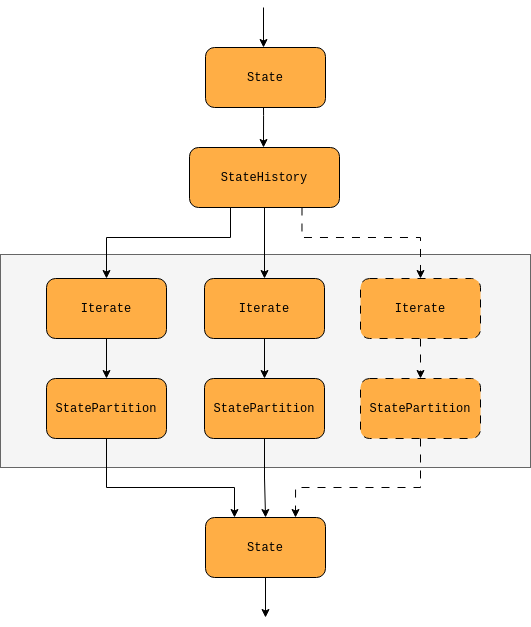
This is images/stochadex-loop.drawio.png from umbralcalc/worlds-of-observation, a draw.io export, as it was before one commit. Source tidied: cells renumbered, new cells last; positions are measured from the earlier drawing's top-left corner, leaving out a move shared by most shapes. Its diagram source:
```xml
<mxGraphModel math="1">
  <root>
    <mxCell id="0" />
    <mxCell id="1" parent="0" />
    <mxCell id="2" style="rounded=0;whiteSpace=wrap;html=1;fillColor=#f5f5f5;fontColor=#333333;strokeColor=#666666;" parent="1" vertex="1">
      <mxGeometry y="247" width="530" height="213" as="geometry" />
    </mxCell>
    <mxCell id="3" value="&lt;font style=&quot;&quot; face=&quot;Courier New&quot;&gt;StatePartition&lt;/font&gt;" style="rounded=1;whiteSpace=wrap;html=1;fillColor=#FFAE45;" parent="1" vertex="1">
      <mxGeometry x="46" y="371" width="120" height="60" as="geometry" />
    </mxCell>
    <mxCell id="4" style="edgeStyle=orthogonalEdgeStyle;rounded=0;jettySize=auto;html=1;" parent="1" edge="1" source="5" target="3">
      <mxGeometry relative="1" as="geometry" />
    </mxCell>
    <mxCell id="5" value="&lt;font face=&quot;Courier New&quot;&gt;Iterate&lt;/font&gt;" style="rounded=1;whiteSpace=wrap;html=1;fillColor=#FFAE45;" parent="1" vertex="1">
      <mxGeometry x="46" y="271" width="120" height="60" as="geometry" />
    </mxCell>
    <mxCell id="6" style="edgeStyle=orthogonalEdgeStyle;rounded=0;jettySize=auto;html=1;entryX=0.5;entryY=0;entryDx=0;entryDy=0;exitX=0.5;exitY=1;exitDx=0;exitDy=0;" parent="1" edge="1" source="8" target="5">
      <mxGeometry relative="1" as="geometry">
        <Array as="points">
          <mxPoint x="230" y="200" />
          <mxPoint x="230" y="230" />
          <mxPoint x="106" y="230" />
        </Array>
      </mxGeometry>
    </mxCell>
    <mxCell id="7" style="edgeStyle=orthogonalEdgeStyle;rounded=0;jettySize=auto;html=1;fontFamily=Courier New;" parent="1" edge="1" source="8" target="13">
      <mxGeometry relative="1" as="geometry" />
    </mxCell>
    <mxCell id="8" value="&lt;font style=&quot;&quot; face=&quot;Courier New&quot;&gt;StateHistory&lt;/font&gt;" style="rounded=1;whiteSpace=wrap;html=1;fillColor=#FFAE45;" parent="1" vertex="1">
      <mxGeometry x="189" y="140" width="150" height="60" as="geometry" />
    </mxCell>
    <mxCell id="9" style="edgeStyle=orthogonalEdgeStyle;rounded=0;orthogonalLoop=1;jettySize=auto;html=1;" parent="1" edge="1">
      <mxGeometry relative="1" as="geometry">
        <mxPoint x="263" y="100" as="sourcePoint" />
        <mxPoint x="263" y="140" as="targetPoint" />
        <Array as="points">
          <mxPoint x="262.7" y="108" />
          <mxPoint x="262.7" y="108" />
        </Array>
      </mxGeometry>
    </mxCell>
    <mxCell id="10" style="edgeStyle=orthogonalEdgeStyle;rounded=0;jettySize=auto;html=1;fontFamily=Courier New;" parent="1" edge="1" source="11" target="18">
      <mxGeometry relative="1" as="geometry" />
    </mxCell>
    <mxCell id="11" value="&lt;font style=&quot;&quot; face=&quot;Courier New&quot;&gt;StatePartition&lt;/font&gt;" style="rounded=1;whiteSpace=wrap;html=1;fillColor=#FFAE45;" parent="1" vertex="1">
      <mxGeometry x="204" y="371" width="120" height="60" as="geometry" />
    </mxCell>
    <mxCell id="12" style="edgeStyle=orthogonalEdgeStyle;rounded=0;jettySize=auto;html=1;" parent="1" edge="1" source="13" target="11">
      <mxGeometry relative="1" as="geometry" />
    </mxCell>
    <mxCell id="13" value="&lt;font face=&quot;Courier New&quot;&gt;Iterate&lt;/font&gt;" style="rounded=1;whiteSpace=wrap;html=1;fillColor=#FFAE45;" parent="1" vertex="1">
      <mxGeometry x="204" y="271" width="120" height="60" as="geometry" />
    </mxCell>
    <mxCell id="14" value="&lt;font style=&quot;&quot; face=&quot;Courier New&quot;&gt;StatePartition&lt;/font&gt;" style="rounded=1;whiteSpace=wrap;html=1;fillColor=#FFAE45;dashed=1;dashPattern=8 8;" parent="1" vertex="1">
      <mxGeometry x="360" y="371" width="120" height="60" as="geometry" />
    </mxCell>
    <mxCell id="15" style="edgeStyle=orthogonalEdgeStyle;rounded=0;jettySize=auto;html=1;dashed=1;dashPattern=8 8;" parent="1" edge="1" source="16" target="14">
      <mxGeometry relative="1" as="geometry" />
    </mxCell>
    <mxCell id="16" value="&lt;font face=&quot;Courier New&quot;&gt;Iterate&lt;/font&gt;" style="rounded=1;whiteSpace=wrap;html=1;fillColor=#FFAE45;dashed=1;dashPattern=8 8;" parent="1" vertex="1">
      <mxGeometry x="360" y="271" width="120" height="60" as="geometry" />
    </mxCell>
    <mxCell id="17" style="edgeStyle=orthogonalEdgeStyle;rounded=0;jettySize=auto;html=1;fontFamily=Courier New;" parent="1" edge="1" source="18">
      <mxGeometry relative="1" as="geometry">
        <mxPoint x="265" y="610" as="targetPoint" />
      </mxGeometry>
    </mxCell>
    <mxCell id="18" value="&lt;font style=&quot;&quot; face=&quot;Courier New&quot;&gt;State&lt;/font&gt;" style="rounded=1;whiteSpace=wrap;html=1;fillColor=#FFAE45;" parent="1" vertex="1">
      <mxGeometry x="205" y="510" width="120" height="60" as="geometry" />
    </mxCell>
    <mxCell id="19" style="edgeStyle=orthogonalEdgeStyle;rounded=0;jettySize=auto;html=1;fontFamily=Courier New;exitX=0.5;exitY=1;exitDx=0;exitDy=0;entryX=0.25;entryY=0;entryDx=0;entryDy=0;" parent="1" edge="1" source="3" target="18">
      <mxGeometry relative="1" as="geometry">
        <Array as="points">
          <mxPoint x="106" y="480" />
          <mxPoint x="234" y="480" />
        </Array>
      </mxGeometry>
    </mxCell>
    <mxCell id="20" style="edgeStyle=orthogonalEdgeStyle;rounded=0;jettySize=auto;html=1;fontFamily=Courier New;exitX=0.5;exitY=1;exitDx=0;exitDy=0;entryX=0.75;entryY=0;entryDx=0;entryDy=0;dashed=1;dashPattern=8 8;" parent="1" edge="1" source="14" target="18">
      <mxGeometry relative="1" as="geometry">
        <Array as="points">
          <mxPoint x="420" y="480" />
          <mxPoint x="295" y="480" />
        </Array>
      </mxGeometry>
    </mxCell>
    <mxCell id="21" style="edgeStyle=orthogonalEdgeStyle;rounded=0;jettySize=auto;html=1;fontFamily=Courier New;exitX=0.75;exitY=1;exitDx=0;exitDy=0;entryX=0.5;entryY=0;entryDx=0;entryDy=0;dashed=1;dashPattern=8 8;" parent="1" edge="1" source="8" target="16">
      <mxGeometry relative="1" as="geometry">
        <Array as="points">
          <mxPoint x="302" y="230" />
          <mxPoint x="420" y="230" />
        </Array>
      </mxGeometry>
    </mxCell>
    <mxCell id="22" value="&lt;font style=&quot;&quot; face=&quot;Courier New&quot;&gt;State&lt;/font&gt;" style="rounded=1;whiteSpace=wrap;html=1;fillColor=#FFAE45;" parent="1" vertex="1">
      <mxGeometry x="205" y="40" width="120" height="60" as="geometry" />
    </mxCell>
    <mxCell id="23" style="edgeStyle=orthogonalEdgeStyle;rounded=0;orthogonalLoop=1;jettySize=auto;html=1;fontFamily=Courier New;" parent="1" edge="1">
      <mxGeometry relative="1" as="geometry">
        <mxPoint x="263" as="sourcePoint" />
        <mxPoint x="263" y="40" as="targetPoint" />
      </mxGeometry>
    </mxCell>
  </root>
</mxGraphModel>
```
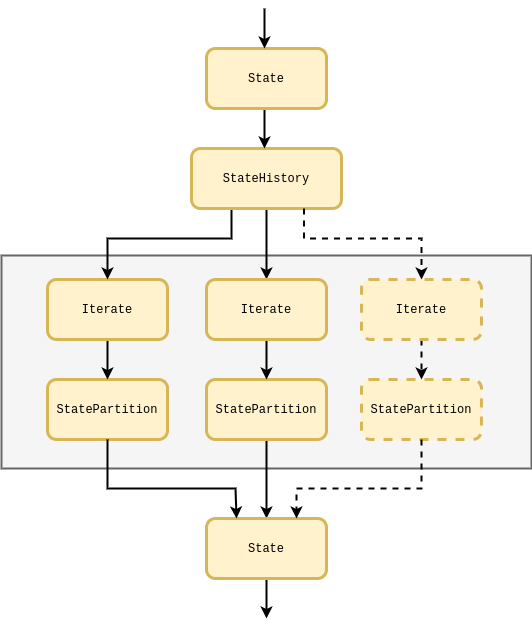
Above is the later version.

The edit, as a diff of the source:
```diff
@@ -2,19 +2,19 @@
   <root>
     <mxCell id="0" />
     <mxCell id="1" parent="0" />
-    <mxCell id="2" style="rounded=0;whiteSpace=wrap;html=1;fillColor=#f5f5f5;fontColor=#333333;strokeColor=#666666;" parent="1" vertex="1">
+    <mxCell id="2" style="rounded=0;whiteSpace=wrap;html=1;fillColor=#f5f5f5;fontColor=#333333;strokeColor=#666666;strokeWidth=2;" parent="1" vertex="1">
       <mxGeometry y="247" width="530" height="213" as="geometry" />
     </mxCell>
-    <mxCell id="3" value="&lt;font style=&quot;&quot; face=&quot;Courier New&quot;&gt;StatePartition&lt;/font&gt;" style="rounded=1;whiteSpace=wrap;html=1;fillColor=#FFAE45;" parent="1" vertex="1">
+    <mxCell id="3" value="&lt;font style=&quot;&quot; face=&quot;Courier New&quot;&gt;StatePartition&lt;/font&gt;" style="rounded=1;whiteSpace=wrap;html=1;fillColor=#fff2cc;strokeColor=#d6b656;strokeWidth=3;" parent="1" vertex="1">
       <mxGeometry x="46" y="371" width="120" height="60" as="geometry" />
     </mxCell>
-    <mxCell id="4" style="edgeStyle=orthogonalEdgeStyle;rounded=0;jettySize=auto;html=1;" parent="1" edge="1" source="5" target="3">
+    <mxCell id="4" style="edgeStyle=orthogonalEdgeStyle;rounded=0;jettySize=auto;html=1;strokeWidth=2;" parent="1" edge="1" source="5" target="3">
       <mxGeometry relative="1" as="geometry" />
     </mxCell>
-    <mxCell id="5" value="&lt;font face=&quot;Courier New&quot;&gt;Iterate&lt;/font&gt;" style="rounded=1;whiteSpace=wrap;html=1;fillColor=#FFAE45;" parent="1" vertex="1">
+    <mxCell id="5" value="&lt;font face=&quot;Courier New&quot;&gt;Iterate&lt;/font&gt;" style="rounded=1;whiteSpace=wrap;html=1;fillColor=#fff2cc;strokeColor=#d6b656;strokeWidth=3;" parent="1" vertex="1">
       <mxGeometry x="46" y="271" width="120" height="60" as="geometry" />
     </mxCell>
-    <mxCell id="6" style="edgeStyle=orthogonalEdgeStyle;rounded=0;jettySize=auto;html=1;entryX=0.5;entryY=0;entryDx=0;entryDy=0;exitX=0.5;exitY=1;exitDx=0;exitDy=0;" parent="1" edge="1" source="8" target="5">
+    <mxCell id="6" style="edgeStyle=orthogonalEdgeStyle;rounded=0;jettySize=auto;html=1;entryX=0.5;entryY=0;entryDx=0;entryDy=0;exitX=0.5;exitY=1;exitDx=0;exitDy=0;strokeWidth=2;" parent="1" edge="1" source="8" target="5">
       <mxGeometry relative="1" as="geometry">
         <Array as="points">
           <mxPoint x="230" y="200" />
@@ -23,13 +23,13 @@
         </Array>
       </mxGeometry>
     </mxCell>
-    <mxCell id="7" style="edgeStyle=orthogonalEdgeStyle;rounded=0;jettySize=auto;html=1;fontFamily=Courier New;" parent="1" edge="1" source="8" target="13">
+    <mxCell id="7" style="edgeStyle=orthogonalEdgeStyle;rounded=0;jettySize=auto;html=1;fontFamily=Courier New;strokeWidth=2;" parent="1" edge="1" source="8" target="13">
       <mxGeometry relative="1" as="geometry" />
     </mxCell>
-    <mxCell id="8" value="&lt;font style=&quot;&quot; face=&quot;Courier New&quot;&gt;StateHistory&lt;/font&gt;" style="rounded=1;whiteSpace=wrap;html=1;fillColor=#FFAE45;" parent="1" vertex="1">
-      <mxGeometry x="189" y="140" width="150" height="60" as="geometry" />
+    <mxCell id="8" value="&lt;font style=&quot;&quot; face=&quot;Courier New&quot;&gt;StateHistory&lt;/font&gt;" style="rounded=1;whiteSpace=wrap;html=1;fillColor=#fff2cc;strokeColor=#d6b656;strokeWidth=3;" parent="1" vertex="1">
+      <mxGeometry x="190" y="140" width="150" height="60" as="geometry" />
     </mxCell>
-    <mxCell id="9" style="edgeStyle=orthogonalEdgeStyle;rounded=0;orthogonalLoop=1;jettySize=auto;html=1;" parent="1" edge="1">
+    <mxCell id="9" style="edgeStyle=orthogonalEdgeStyle;rounded=0;orthogonalLoop=1;jettySize=auto;html=1;strokeWidth=2;" parent="1" edge="1">
       <mxGeometry relative="1" as="geometry">
         <mxPoint x="263" y="100" as="sourcePoint" />
         <mxPoint x="263" y="140" as="targetPoint" />
@@ -39,36 +39,36 @@
         </Array>
       </mxGeometry>
     </mxCell>
-    <mxCell id="10" style="edgeStyle=orthogonalEdgeStyle;rounded=0;jettySize=auto;html=1;fontFamily=Courier New;" parent="1" edge="1" source="11" target="18">
+    <mxCell id="10" style="edgeStyle=orthogonalEdgeStyle;rounded=0;jettySize=auto;html=1;fontFamily=Courier New;strokeWidth=2;" parent="1" edge="1" source="11" target="18">
       <mxGeometry relative="1" as="geometry" />
     </mxCell>
-    <mxCell id="11" value="&lt;font style=&quot;&quot; face=&quot;Courier New&quot;&gt;StatePartition&lt;/font&gt;" style="rounded=1;whiteSpace=wrap;html=1;fillColor=#FFAE45;" parent="1" vertex="1">
-      <mxGeometry x="204" y="371" width="120" height="60" as="geometry" />
+    <mxCell id="11" value="&lt;font style=&quot;&quot; face=&quot;Courier New&quot;&gt;StatePartition&lt;/font&gt;" style="rounded=1;whiteSpace=wrap;html=1;fillColor=#fff2cc;strokeColor=#d6b656;strokeWidth=3;" parent="1" vertex="1">
+      <mxGeometry x="205" y="371" width="120" height="60" as="geometry" />
     </mxCell>
-    <mxCell id="12" style="edgeStyle=orthogonalEdgeStyle;rounded=0;jettySize=auto;html=1;" parent="1" edge="1" source="13" target="11">
+    <mxCell id="12" style="edgeStyle=orthogonalEdgeStyle;rounded=0;jettySize=auto;html=1;strokeWidth=2;" parent="1" edge="1" source="13" target="11">
       <mxGeometry relative="1" as="geometry" />
     </mxCell>
-    <mxCell id="13" value="&lt;font face=&quot;Courier New&quot;&gt;Iterate&lt;/font&gt;" style="rounded=1;whiteSpace=wrap;html=1;fillColor=#FFAE45;" parent="1" vertex="1">
-      <mxGeometry x="204" y="271" width="120" height="60" as="geometry" />
+    <mxCell id="13" value="&lt;font face=&quot;Courier New&quot;&gt;Iterate&lt;/font&gt;" style="rounded=1;whiteSpace=wrap;html=1;fillColor=#fff2cc;strokeColor=#d6b656;strokeWidth=3;" parent="1" vertex="1">
+      <mxGeometry x="205" y="271" width="120" height="60" as="geometry" />
     </mxCell>
-    <mxCell id="14" value="&lt;font style=&quot;&quot; face=&quot;Courier New&quot;&gt;StatePartition&lt;/font&gt;" style="rounded=1;whiteSpace=wrap;html=1;fillColor=#FFAE45;dashed=1;dashPattern=8 8;" parent="1" vertex="1">
+    <mxCell id="14" value="&lt;font style=&quot;&quot; face=&quot;Courier New&quot;&gt;StatePartition&lt;/font&gt;" style="rounded=1;whiteSpace=wrap;html=1;fillColor=#fff2cc;dashed=1;strokeColor=#d6b656;strokeWidth=3;" parent="1" vertex="1">
       <mxGeometry x="360" y="371" width="120" height="60" as="geometry" />
     </mxCell>
-    <mxCell id="15" style="edgeStyle=orthogonalEdgeStyle;rounded=0;jettySize=auto;html=1;dashed=1;dashPattern=8 8;" parent="1" edge="1" source="16" target="14">
+    <mxCell id="15" style="edgeStyle=orthogonalEdgeStyle;rounded=0;jettySize=auto;html=1;dashed=1;strokeWidth=2;" parent="1" edge="1" source="16" target="14">
       <mxGeometry relative="1" as="geometry" />
     </mxCell>
-    <mxCell id="16" value="&lt;font face=&quot;Courier New&quot;&gt;Iterate&lt;/font&gt;" style="rounded=1;whiteSpace=wrap;html=1;fillColor=#FFAE45;dashed=1;dashPattern=8 8;" parent="1" vertex="1">
+    <mxCell id="16" value="&lt;font face=&quot;Courier New&quot;&gt;Iterate&lt;/font&gt;" style="rounded=1;whiteSpace=wrap;html=1;fillColor=#fff2cc;dashed=1;strokeColor=#d6b656;strokeWidth=3;" parent="1" vertex="1">
       <mxGeometry x="360" y="271" width="120" height="60" as="geometry" />
     </mxCell>
-    <mxCell id="17" style="edgeStyle=orthogonalEdgeStyle;rounded=0;jettySize=auto;html=1;fontFamily=Courier New;" parent="1" edge="1" source="18">
+    <mxCell id="17" style="edgeStyle=orthogonalEdgeStyle;rounded=0;jettySize=auto;html=1;fontFamily=Courier New;strokeWidth=2;" parent="1" edge="1" source="18">
       <mxGeometry relative="1" as="geometry">
         <mxPoint x="265" y="610" as="targetPoint" />
       </mxGeometry>
     </mxCell>
-    <mxCell id="18" value="&lt;font style=&quot;&quot; face=&quot;Courier New&quot;&gt;State&lt;/font&gt;" style="rounded=1;whiteSpace=wrap;html=1;fillColor=#FFAE45;" parent="1" vertex="1">
+    <mxCell id="18" value="&lt;font style=&quot;&quot; face=&quot;Courier New&quot;&gt;State&lt;/font&gt;" style="rounded=1;whiteSpace=wrap;html=1;fillColor=#fff2cc;strokeColor=#d6b656;strokeWidth=3;" parent="1" vertex="1">
       <mxGeometry x="205" y="510" width="120" height="60" as="geometry" />
     </mxCell>
-    <mxCell id="19" style="edgeStyle=orthogonalEdgeStyle;rounded=0;jettySize=auto;html=1;fontFamily=Courier New;exitX=0.5;exitY=1;exitDx=0;exitDy=0;entryX=0.25;entryY=0;entryDx=0;entryDy=0;" parent="1" edge="1" source="3" target="18">
+    <mxCell id="19" style="edgeStyle=orthogonalEdgeStyle;rounded=0;jettySize=auto;html=1;fontFamily=Courier New;exitX=0.5;exitY=1;exitDx=0;exitDy=0;entryX=0.25;entryY=0;entryDx=0;entryDy=0;strokeWidth=2;" parent="1" edge="1" source="3" target="18">
       <mxGeometry relative="1" as="geometry">
         <Array as="points">
           <mxPoint x="106" y="480" />
@@ -76,7 +76,7 @@
         </Array>
       </mxGeometry>
     </mxCell>
-    <mxCell id="20" style="edgeStyle=orthogonalEdgeStyle;rounded=0;jettySize=auto;html=1;fontFamily=Courier New;exitX=0.5;exitY=1;exitDx=0;exitDy=0;entryX=0.75;entryY=0;entryDx=0;entryDy=0;dashed=1;dashPattern=8 8;" parent="1" edge="1" source="14" target="18">
+    <mxCell id="20" style="edgeStyle=orthogonalEdgeStyle;rounded=0;jettySize=auto;html=1;fontFamily=Courier New;exitX=0.5;exitY=1;exitDx=0;exitDy=0;entryX=0.75;entryY=0;entryDx=0;entryDy=0;dashed=1;strokeWidth=2;" parent="1" edge="1" source="14" target="18">
       <mxGeometry relative="1" as="geometry">
         <Array as="points">
           <mxPoint x="420" y="480" />
@@ -84,7 +84,7 @@
         </Array>
       </mxGeometry>
     </mxCell>
-    <mxCell id="21" style="edgeStyle=orthogonalEdgeStyle;rounded=0;jettySize=auto;html=1;fontFamily=Courier New;exitX=0.75;exitY=1;exitDx=0;exitDy=0;entryX=0.5;entryY=0;entryDx=0;entryDy=0;dashed=1;dashPattern=8 8;" parent="1" edge="1" source="8" target="16">
+    <mxCell id="21" style="edgeStyle=orthogonalEdgeStyle;rounded=0;jettySize=auto;html=1;fontFamily=Courier New;exitX=0.75;exitY=1;exitDx=0;exitDy=0;entryX=0.5;entryY=0;entryDx=0;entryDy=0;dashed=1;strokeWidth=2;" parent="1" edge="1" source="8" target="16">
       <mxGeometry relative="1" as="geometry">
         <Array as="points">
           <mxPoint x="302" y="230" />
@@ -92,10 +92,10 @@
         </Array>
       </mxGeometry>
     </mxCell>
-    <mxCell id="22" value="&lt;font style=&quot;&quot; face=&quot;Courier New&quot;&gt;State&lt;/font&gt;" style="rounded=1;whiteSpace=wrap;html=1;fillColor=#FFAE45;" parent="1" vertex="1">
+    <mxCell id="22" value="&lt;font style=&quot;&quot; face=&quot;Courier New&quot;&gt;State&lt;/font&gt;" style="rounded=1;whiteSpace=wrap;html=1;fillColor=#fff2cc;strokeColor=#d6b656;strokeWidth=3;" parent="1" vertex="1">
       <mxGeometry x="205" y="40" width="120" height="60" as="geometry" />
     </mxCell>
-    <mxCell id="23" style="edgeStyle=orthogonalEdgeStyle;rounded=0;orthogonalLoop=1;jettySize=auto;html=1;fontFamily=Courier New;" parent="1" edge="1">
+    <mxCell id="23" style="edgeStyle=orthogonalEdgeStyle;rounded=0;orthogonalLoop=1;jettySize=auto;html=1;fontFamily=Courier New;strokeWidth=2;" parent="1" edge="1">
       <mxGeometry relative="1" as="geometry">
         <mxPoint x="263" as="sourcePoint" />
         <mxPoint x="263" y="40" as="targetPoint" />
```
